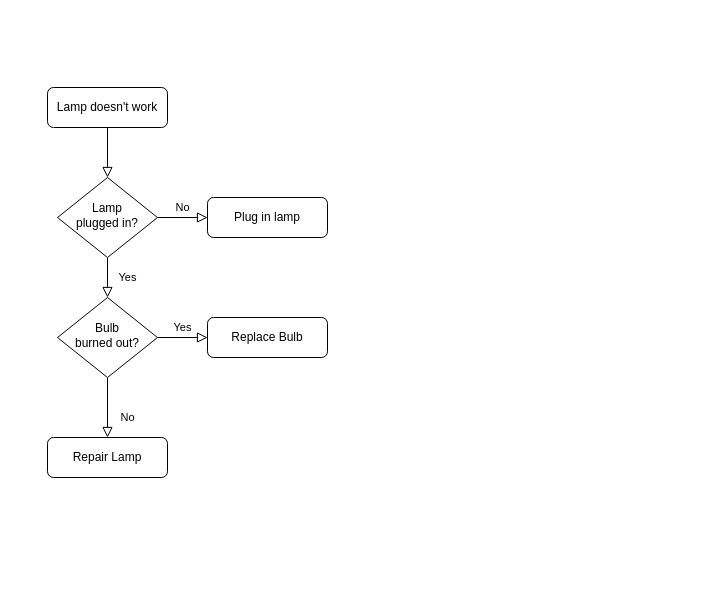
Above: Untitled Diagram.drawio in Watcharachai/Beginner-Code (draw.io), before the change. Source tidied: cells renumbered, new cells numbered last; positions are measured from the earlier drawing's top-left corner, leaving out a move shared by most shapes. Both pictures are drawn from the tidied source at 100%, with x=0, y=0 at pixel (47, 87).
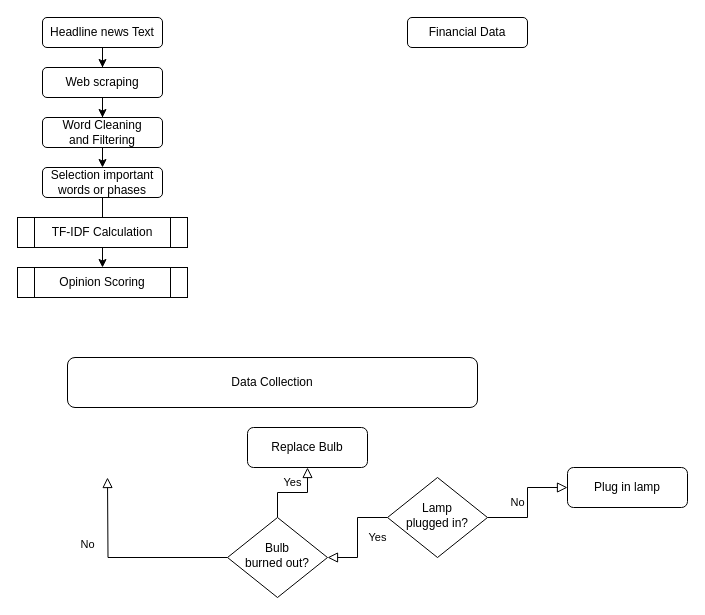
The same diagram, later.

Change to the diagram source:
```diff
@@
-    <mxCell id="2" style="rounded=0;html=1;jettySize=auto;fontSize=11;endArrow=block;endFill=0;endSize=8;strokeWidth=1;shadow=0;labelBackgroundColor=none;edgeStyle=orthogonalEdgeStyle;" parent="1" edge="1" source="3" target="6">
-      <mxGeometry relative="1" as="geometry" />
-    </mxCell>
+    <mxCell id="13" style="edgeStyle=orthogonalEdgeStyle;rounded=0;jettySize=auto;html=1;entryX=0.5;entryY=0;entryDx=0;entryDy=0;" parent="1" edge="1" source="3" target="15">
+      <mxGeometry relative="1" as="geometry" />
+    </mxCell>
-    <mxCell id="3" value="Lamp doesn't work" style="rounded=1;whiteSpace=wrap;html=1;fontSize=12;glass=0;strokeWidth=1;shadow=0;" parent="1" vertex="1">
-      <mxGeometry width="120" height="40" as="geometry" />
+    <mxCell id="3" value="Headline news Text" style="rounded=1;whiteSpace=wrap;html=1;fontSize=12;glass=0;strokeWidth=1;shadow=0;" parent="1" vertex="1">
+      <mxGeometry x="-5" y="-70" width="120" height="30" as="geometry" />
     </mxCell>
@@
     <mxCell id="6" value="Lamp&lt;br&gt;plugged in?" style="rhombus;whiteSpace=wrap;html=1;shadow=0;fontFamily=Helvetica;fontSize=12;align=center;strokeWidth=1;spacing=6;spacingTop=-4;" parent="1" vertex="1">
-      <mxGeometry x="10" y="90" width="100" height="80" as="geometry" />
+      <mxGeometry x="340" y="390" width="100" height="80" as="geometry" />
     </mxCell>
     <mxCell id="7" value="Plug in lamp" style="rounded=1;whiteSpace=wrap;html=1;fontSize=12;glass=0;strokeWidth=1;shadow=0;" parent="1" vertex="1">
-      <mxGeometry x="160" y="110" width="120" height="40" as="geometry" />
+      <mxGeometry x="520" y="380" width="120" height="40" as="geometry" />
     </mxCell>
-    <mxCell id="8" value="No" style="rounded=0;html=1;jettySize=auto;fontSize=11;endArrow=block;endFill=0;endSize=8;strokeWidth=1;shadow=0;labelBackgroundColor=none;edgeStyle=orthogonalEdgeStyle;" parent="1" edge="1" source="10" target="11">
-      <mxGeometry x="0.33" y="20" relative="1" as="geometry" />
+    <mxCell id="8" value="No" style="rounded=0;html=1;jettySize=auto;fontSize=11;endArrow=block;endFill=0;endSize=8;strokeWidth=1;shadow=0;labelBackgroundColor=none;edgeStyle=orthogonalEdgeStyle;" parent="1" edge="1" source="10">
+      <mxGeometry x="0.33" y="20" relative="1" as="geometry">
+        <mxPoint x="60" y="390" as="targetPoint" />
+      </mxGeometry>
     </mxCell>
@@
     <mxCell id="10" value="Bulb&lt;br&gt;burned out?" style="rhombus;whiteSpace=wrap;html=1;shadow=0;fontFamily=Helvetica;fontSize=12;align=center;strokeWidth=1;spacing=6;spacingTop=-4;" parent="1" vertex="1">
-      <mxGeometry x="10" y="210" width="100" height="80" as="geometry" />
+      <mxGeometry x="180" y="430" width="100" height="80" as="geometry" />
     </mxCell>
-    <mxCell id="11" value="Repair Lamp" style="rounded=1;whiteSpace=wrap;html=1;fontSize=12;glass=0;strokeWidth=1;shadow=0;" parent="1" vertex="1">
-      <mxGeometry y="350" width="120" height="40" as="geometry" />
-    </mxCell>
     <mxCell id="12" value="Replace Bulb" style="rounded=1;whiteSpace=wrap;html=1;fontSize=12;glass=0;strokeWidth=1;shadow=0;" parent="1" vertex="1">
-      <mxGeometry x="160" y="230" width="120" height="40" as="geometry" />
+      <mxGeometry x="200" y="340" width="120" height="40" as="geometry" />
     </mxCell>
+    <mxCell id="14" style="edgeStyle=orthogonalEdgeStyle;rounded=0;jettySize=auto;html=1;" parent="1" edge="1" source="15" target="17">
+      <mxGeometry relative="1" as="geometry" />
+    </mxCell>
+    <mxCell id="15" value="Web scraping" style="rounded=1;whiteSpace=wrap;html=1;" parent="1" vertex="1">
+      <mxGeometry x="-5" y="-20" width="120" height="30" as="geometry" />
+    </mxCell>
+    <mxCell id="16" style="edgeStyle=orthogonalEdgeStyle;rounded=0;jettySize=auto;html=1;exitX=0.5;exitY=1;exitDx=0;exitDy=0;entryX=0.5;entryY=0;entryDx=0;entryDy=0;" parent="1" edge="1" source="17" target="19">
+      <mxGeometry relative="1" as="geometry" />
+    </mxCell>
+    <mxCell id="17" value="Word Cleaning&lt;br&gt;and Filtering" style="rounded=1;whiteSpace=wrap;html=1;" parent="1" vertex="1">
+      <mxGeometry x="-5" y="30" width="120" height="30" as="geometry" />
+    </mxCell>
+    <mxCell id="18" style="edgeStyle=orthogonalEdgeStyle;rounded=0;jettySize=auto;html=1;" parent="1" edge="1" source="19" target="21">
+      <mxGeometry relative="1" as="geometry" />
+    </mxCell>
+    <mxCell id="19" value="Selection important words or phases" style="rounded=1;whiteSpace=wrap;html=1;" parent="1" vertex="1">
+      <mxGeometry x="-5" y="80" width="120" height="30" as="geometry" />
+    </mxCell>
+    <mxCell id="20" value="TF-IDF Calculation" style="shape=process;whiteSpace=wrap;html=1;backgroundOutline=1;" parent="1" vertex="1">
+      <mxGeometry x="-30" y="130" width="170" height="30" as="geometry" />
+    </mxCell>
+    <mxCell id="21" value="Opinion Scoring" style="shape=process;whiteSpace=wrap;html=1;backgroundOutline=1;" parent="1" vertex="1">
+      <mxGeometry x="-30" y="180" width="170" height="30" as="geometry" />
+    </mxCell>
+    <mxCell id="22" value="Data Collection" style="rounded=1;whiteSpace=wrap;html=1;" parent="1" vertex="1">
+      <mxGeometry x="20" y="270" width="410" height="50" as="geometry" />
+    </mxCell>
+    <mxCell id="23" value="Financial Data" style="rounded=1;whiteSpace=wrap;html=1;fontSize=12;glass=0;strokeWidth=1;shadow=0;" parent="1" vertex="1">
+      <mxGeometry x="360" y="-70" width="120" height="30" as="geometry" />
+    </mxCell>
```
